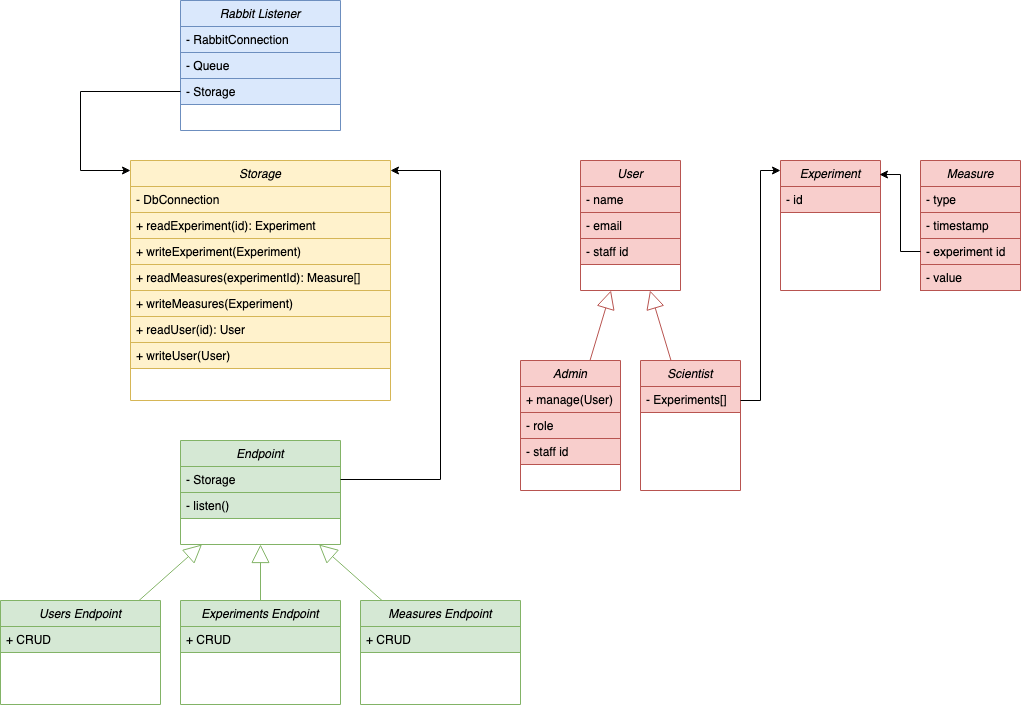
Earlier version of the draw.io export documents/diagrams/components-class.png (alros-essex/ssdcs-assignment). Source tidied: cells renumbered, new cells last; positions are measured from the earlier drawing's top-left corner, leaving out a move shared by most shapes. Its diagram source:
```xml
<mxGraphModel>
  <root>
    <mxCell id="0" />
    <mxCell id="1" parent="0" />
    <mxCell id="2" value="Rabbit Listener" style="swimlane;fontStyle=2;align=center;verticalAlign=top;horizontal=1;startSize=26;rounded=0;shadow=0;strokeWidth=1;fillColor=#dae8fc;strokeColor=#6c8ebf;" parent="1" vertex="1">
      <mxGeometry x="180" width="160" height="130" as="geometry" />
    </mxCell>
    <mxCell id="3" value="- RabbitConnection" style="text;align=left;verticalAlign=top;spacingLeft=4;spacingRight=4;overflow=hidden;fillColor=#dae8fc;strokeColor=#6c8ebf;" parent="2" vertex="1">
      <mxGeometry y="26" width="160" height="26" as="geometry" />
    </mxCell>
    <mxCell id="4" value="- Queue" style="text;align=left;verticalAlign=top;spacingLeft=4;spacingRight=4;overflow=hidden;rounded=0;shadow=0;html=0;fillColor=#dae8fc;strokeColor=#6c8ebf;" parent="2" vertex="1">
      <mxGeometry y="52" width="160" height="26" as="geometry" />
    </mxCell>
    <mxCell id="5" value="- Storage" style="text;align=left;verticalAlign=top;spacingLeft=4;spacingRight=4;overflow=hidden;points=[[0,0.5],[1,0.5]];portConstraint=eastwest;rounded=0;shadow=0;html=0;fillColor=#dae8fc;strokeColor=#6c8ebf;" parent="2" vertex="1">
      <mxGeometry y="78" width="160" height="26" as="geometry" />
    </mxCell>
    <mxCell id="6" value="Storage" style="swimlane;fontStyle=2;align=center;verticalAlign=top;horizontal=1;startSize=26;rounded=0;shadow=0;strokeWidth=1;fillColor=#fff2cc;strokeColor=#d6b656;" parent="1" vertex="1">
      <mxGeometry x="130" y="160" width="260" height="240" as="geometry" />
    </mxCell>
    <mxCell id="7" value="- DbConnection" style="text;align=left;verticalAlign=top;spacingLeft=4;spacingRight=4;overflow=hidden;fillColor=#fff2cc;strokeColor=#d6b656;" parent="6" vertex="1">
      <mxGeometry y="26" width="260" height="26" as="geometry" />
    </mxCell>
    <mxCell id="8" value="+ readExperiment(id): Experiment" style="text;align=left;verticalAlign=top;spacingLeft=4;spacingRight=4;overflow=hidden;fillColor=#fff2cc;strokeColor=#d6b656;" parent="6" vertex="1">
      <mxGeometry y="52" width="260" height="26" as="geometry" />
    </mxCell>
    <mxCell id="9" value="+ writeExperiment(Experiment)" style="text;align=left;verticalAlign=top;spacingLeft=4;spacingRight=4;overflow=hidden;fillColor=#fff2cc;strokeColor=#d6b656;" parent="6" vertex="1">
      <mxGeometry y="78" width="260" height="26" as="geometry" />
    </mxCell>
    <mxCell id="10" value="+ readMeasures(experimentId): Measure[]" style="text;align=left;verticalAlign=top;spacingLeft=4;spacingRight=4;overflow=hidden;fillColor=#fff2cc;strokeColor=#d6b656;" parent="6" vertex="1">
      <mxGeometry y="104" width="260" height="26" as="geometry" />
    </mxCell>
    <mxCell id="11" value="+ writeMeasures(Experiment)" style="text;align=left;verticalAlign=top;spacingLeft=4;spacingRight=4;overflow=hidden;fillColor=#fff2cc;strokeColor=#d6b656;" parent="6" vertex="1">
      <mxGeometry y="130" width="260" height="26" as="geometry" />
    </mxCell>
    <mxCell id="12" value="+ readUser(id): User" style="text;align=left;verticalAlign=top;spacingLeft=4;spacingRight=4;overflow=hidden;fillColor=#fff2cc;strokeColor=#d6b656;" parent="6" vertex="1">
      <mxGeometry y="156" width="260" height="26" as="geometry" />
    </mxCell>
    <mxCell id="13" value="+ writeUser(User)" style="text;align=left;verticalAlign=top;spacingLeft=4;spacingRight=4;overflow=hidden;fillColor=#fff2cc;strokeColor=#d6b656;" parent="6" vertex="1">
      <mxGeometry y="182" width="260" height="26" as="geometry" />
    </mxCell>
    <mxCell id="14" value="User" style="swimlane;fontStyle=2;align=center;verticalAlign=top;horizontal=1;startSize=26;rounded=0;shadow=0;strokeWidth=1;fillColor=#f8cecc;strokeColor=#b85450;" parent="1" vertex="1">
      <mxGeometry x="580" y="160" width="100" height="130" as="geometry" />
    </mxCell>
    <mxCell id="15" value="- name" style="text;align=left;verticalAlign=top;spacingLeft=4;spacingRight=4;overflow=hidden;fillColor=#f8cecc;strokeColor=#b85450;" parent="14" vertex="1">
      <mxGeometry y="26" width="100" height="26" as="geometry" />
    </mxCell>
    <mxCell id="16" value="- email" style="text;align=left;verticalAlign=top;spacingLeft=4;spacingRight=4;overflow=hidden;fillColor=#f8cecc;strokeColor=#b85450;" parent="14" vertex="1">
      <mxGeometry y="52" width="100" height="26" as="geometry" />
    </mxCell>
    <mxCell id="17" value="- staff id" style="text;align=left;verticalAlign=top;spacingLeft=4;spacingRight=4;overflow=hidden;fillColor=#f8cecc;strokeColor=#b85450;" parent="14" vertex="1">
      <mxGeometry y="78" width="100" height="26" as="geometry" />
    </mxCell>
    <mxCell id="18" style="edgeStyle=orthogonalEdgeStyle;rounded=0;jettySize=auto;html=1;exitX=0;exitY=0.5;exitDx=0;exitDy=0;" parent="1" edge="1" source="5" target="6">
      <mxGeometry relative="1" as="geometry">
        <Array as="points">
          <mxPoint x="80" y="91" />
          <mxPoint x="80" y="170" />
        </Array>
      </mxGeometry>
    </mxCell>
    <mxCell id="19" value="Experiment" style="swimlane;fontStyle=2;align=center;verticalAlign=top;horizontal=1;startSize=26;rounded=0;shadow=0;strokeWidth=1;fillColor=#f8cecc;strokeColor=#b85450;" parent="1" vertex="1">
      <mxGeometry x="780" y="160" width="100" height="130" as="geometry" />
    </mxCell>
    <mxCell id="20" value="- id" style="text;align=left;verticalAlign=top;spacingLeft=4;spacingRight=4;overflow=hidden;fillColor=#f8cecc;strokeColor=#b85450;" parent="19" vertex="1">
      <mxGeometry y="26" width="100" height="26" as="geometry" />
    </mxCell>
    <mxCell id="21" value="Measure" style="swimlane;fontStyle=2;align=center;verticalAlign=top;horizontal=1;startSize=26;rounded=0;shadow=0;strokeWidth=1;fillColor=#f8cecc;strokeColor=#b85450;" parent="1" vertex="1">
      <mxGeometry x="920" y="160" width="100" height="130" as="geometry" />
    </mxCell>
    <mxCell id="22" value="- type" style="text;align=left;verticalAlign=top;spacingLeft=4;spacingRight=4;overflow=hidden;fillColor=#f8cecc;strokeColor=#b85450;" parent="21" vertex="1">
      <mxGeometry y="26" width="100" height="26" as="geometry" />
    </mxCell>
    <mxCell id="23" value="- timestamp" style="text;align=left;verticalAlign=top;spacingLeft=4;spacingRight=4;overflow=hidden;fillColor=#f8cecc;strokeColor=#b85450;" parent="21" vertex="1">
      <mxGeometry y="52" width="100" height="26" as="geometry" />
    </mxCell>
    <mxCell id="24" value="- experiment id" style="text;align=left;verticalAlign=top;spacingLeft=4;spacingRight=4;overflow=hidden;points=[[0,0.5],[1,0.5]];portConstraint=eastwest;fillColor=#f8cecc;strokeColor=#b85450;" parent="21" vertex="1">
      <mxGeometry y="78" width="100" height="26" as="geometry" />
    </mxCell>
    <mxCell id="25" value="- value" style="text;align=left;verticalAlign=top;spacingLeft=4;spacingRight=4;overflow=hidden;fillColor=#f8cecc;strokeColor=#b85450;" parent="21" vertex="1">
      <mxGeometry y="104" width="100" height="26" as="geometry" />
    </mxCell>
    <mxCell id="26" style="edgeStyle=orthogonalEdgeStyle;rounded=0;jettySize=auto;html=1;entryX=0.99;entryY=0.108;entryDx=0;entryDy=0;entryPerimeter=0;fillColor=#f8cecc;strokeColor=#000000;" parent="1" edge="1" source="24" target="19">
      <mxGeometry relative="1" as="geometry" />
    </mxCell>
    <mxCell id="27" value="Scientist" style="swimlane;fontStyle=2;align=center;verticalAlign=top;horizontal=1;startSize=26;rounded=0;shadow=0;strokeWidth=1;fillColor=#f8cecc;strokeColor=#b85450;" parent="1" vertex="1">
      <mxGeometry x="640" y="360" width="100" height="130" as="geometry" />
    </mxCell>
    <mxCell id="28" value="- Experiments[]" style="text;align=left;verticalAlign=top;spacingLeft=4;spacingRight=4;overflow=hidden;points=[[0,0.5],[1,0.5]];portConstraint=eastwest;fillColor=#f8cecc;strokeColor=#b85450;" parent="27" vertex="1">
      <mxGeometry y="26" width="100" height="26" as="geometry" />
    </mxCell>
    <mxCell id="29" style="endArrow=block;endSize=16;endFill=0;html=1;rounded=0;strokeColor=#b85450;fillColor=#f8cecc;" parent="1" edge="1" source="27" target="14">
      <mxGeometry relative="1" as="geometry" />
    </mxCell>
    <mxCell id="30" value="Admin" style="swimlane;fontStyle=2;align=center;verticalAlign=top;horizontal=1;startSize=26;rounded=0;shadow=0;strokeWidth=1;fillColor=#f8cecc;strokeColor=#b85450;" parent="1" vertex="1">
      <mxGeometry x="520" y="360" width="100" height="130" as="geometry" />
    </mxCell>
    <mxCell id="31" value="+ manage(User)" style="text;align=left;verticalAlign=top;spacingLeft=4;spacingRight=4;overflow=hidden;fillColor=#f8cecc;strokeColor=#b85450;" parent="30" vertex="1">
      <mxGeometry y="26" width="100" height="26" as="geometry" />
    </mxCell>
    <mxCell id="32" value="- role" style="text;align=left;verticalAlign=top;spacingLeft=4;spacingRight=4;overflow=hidden;fillColor=#f8cecc;strokeColor=#b85450;" parent="30" vertex="1">
      <mxGeometry y="52" width="100" height="26" as="geometry" />
    </mxCell>
    <mxCell id="33" value="- staff id" style="text;align=left;verticalAlign=top;spacingLeft=4;spacingRight=4;overflow=hidden;fillColor=#f8cecc;strokeColor=#b85450;" parent="30" vertex="1">
      <mxGeometry y="78" width="100" height="26" as="geometry" />
    </mxCell>
    <mxCell id="34" style="endArrow=block;endSize=16;endFill=0;html=1;rounded=0;strokeColor=#b85450;fillColor=#f8cecc;" parent="1" edge="1" source="30" target="14">
      <mxGeometry relative="1" as="geometry" />
    </mxCell>
    <mxCell id="35" style="edgeStyle=orthogonalEdgeStyle;rounded=0;jettySize=auto;html=1;strokeColor=#000000;fillColor=#f8cecc;" parent="1" edge="1" source="28" target="19">
      <mxGeometry relative="1" as="geometry">
        <Array as="points">
          <mxPoint x="760" y="400" />
          <mxPoint x="760" y="170" />
        </Array>
      </mxGeometry>
    </mxCell>
    <mxCell id="36" value="Users Endpoint" style="swimlane;fontStyle=2;align=center;verticalAlign=top;horizontal=1;startSize=26;rounded=0;shadow=0;strokeWidth=1;fillColor=#d5e8d4;strokeColor=#82b366;" parent="1" vertex="1">
      <mxGeometry y="600" width="160" height="104" as="geometry" />
    </mxCell>
    <mxCell id="37" value="+ CRUD" style="text;align=left;verticalAlign=top;spacingLeft=4;spacingRight=4;overflow=hidden;fillColor=#d5e8d4;strokeColor=#82b366;" parent="36" vertex="1">
      <mxGeometry y="26" width="160" height="26" as="geometry" />
    </mxCell>
    <mxCell id="38" value="Experiments Endpoint" style="swimlane;fontStyle=2;align=center;verticalAlign=top;horizontal=1;startSize=26;rounded=0;shadow=0;strokeWidth=1;fillColor=#d5e8d4;strokeColor=#82b366;" parent="1" vertex="1">
      <mxGeometry x="180" y="600" width="160" height="104" as="geometry" />
    </mxCell>
    <mxCell id="39" value="+ CRUD" style="text;align=left;verticalAlign=top;spacingLeft=4;spacingRight=4;overflow=hidden;fillColor=#d5e8d4;strokeColor=#82b366;" parent="38" vertex="1">
      <mxGeometry y="26" width="160" height="26" as="geometry" />
    </mxCell>
    <mxCell id="40" value="Measures Endpoint" style="swimlane;fontStyle=2;align=center;verticalAlign=top;horizontal=1;startSize=26;rounded=0;shadow=0;strokeWidth=1;fillColor=#d5e8d4;strokeColor=#82b366;" parent="1" vertex="1">
      <mxGeometry x="360" y="600" width="160" height="104" as="geometry" />
    </mxCell>
    <mxCell id="41" value="+ CRUD" style="text;align=left;verticalAlign=top;spacingLeft=4;spacingRight=4;overflow=hidden;fillColor=#d5e8d4;strokeColor=#82b366;" parent="40" vertex="1">
      <mxGeometry y="26" width="160" height="26" as="geometry" />
    </mxCell>
    <mxCell id="42" value="Endpoint" style="swimlane;fontStyle=2;align=center;verticalAlign=top;horizontal=1;startSize=26;rounded=0;shadow=0;strokeWidth=1;fillColor=#d5e8d4;strokeColor=#82b366;" parent="1" vertex="1">
      <mxGeometry x="180" y="440" width="160" height="104" as="geometry" />
    </mxCell>
    <mxCell id="43" value="- Storage" style="text;align=left;verticalAlign=top;spacingLeft=4;spacingRight=4;overflow=hidden;points=[[0,0.5],[1,0.5]];portConstraint=eastwest;fillColor=#d5e8d4;strokeColor=#82b366;" parent="42" vertex="1">
      <mxGeometry y="26" width="160" height="26" as="geometry" />
    </mxCell>
    <mxCell id="44" value="- listen()" style="text;align=left;verticalAlign=top;spacingLeft=4;spacingRight=4;overflow=hidden;fillColor=#d5e8d4;strokeColor=#82b366;" parent="42" vertex="1">
      <mxGeometry y="52" width="160" height="26" as="geometry" />
    </mxCell>
    <mxCell id="45" style="endArrow=block;endSize=16;endFill=0;html=1;rounded=0;strokeColor=#82b366;fillColor=#d5e8d4;" parent="1" edge="1" source="36" target="42">
      <mxGeometry relative="1" as="geometry" />
    </mxCell>
    <mxCell id="46" style="endArrow=block;endSize=16;endFill=0;html=1;rounded=0;strokeColor=#82b366;fillColor=#d5e8d4;" parent="1" edge="1" source="38" target="42">
      <mxGeometry relative="1" as="geometry" />
    </mxCell>
    <mxCell id="47" style="endArrow=block;endSize=16;endFill=0;html=1;rounded=0;strokeColor=#82b366;fillColor=#d5e8d4;" parent="1" edge="1" source="40" target="42">
      <mxGeometry relative="1" as="geometry" />
    </mxCell>
    <mxCell id="48" style="edgeStyle=orthogonalEdgeStyle;rounded=0;jettySize=auto;html=1;strokeColor=default;" parent="1" edge="1" source="43" target="6">
      <mxGeometry relative="1" as="geometry">
        <Array as="points">
          <mxPoint x="440" y="479" />
          <mxPoint x="440" y="170" />
        </Array>
      </mxGeometry>
    </mxCell>
  </root>
</mxGraphModel>
```
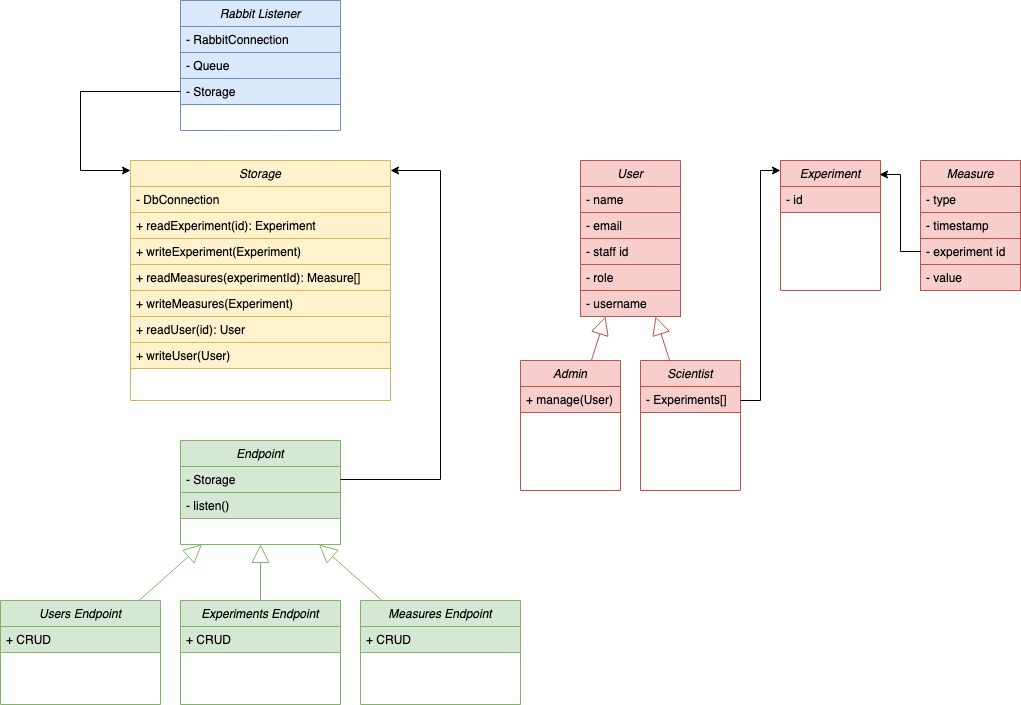
Above is the later version.

Diff of the diagram source:
```diff
@@ -39,7 +39,7 @@
       <mxGeometry y="182" width="260" height="26" as="geometry" />
     </mxCell>
     <mxCell id="14" value="User" style="swimlane;fontStyle=2;align=center;verticalAlign=top;horizontal=1;startSize=26;rounded=0;shadow=0;strokeWidth=1;fillColor=#f8cecc;strokeColor=#b85450;" parent="1" vertex="1">
-      <mxGeometry x="580" y="160" width="100" height="130" as="geometry" />
+      <mxGeometry x="580" y="160" width="100" height="156" as="geometry" />
     </mxCell>
     <mxCell id="15" value="- name" style="text;align=left;verticalAlign=top;spacingLeft=4;spacingRight=4;overflow=hidden;fillColor=#f8cecc;strokeColor=#b85450;" parent="14" vertex="1">
       <mxGeometry y="26" width="100" height="26" as="geometry" />
@@ -50,6 +50,12 @@
     <mxCell id="17" value="- staff id" style="text;align=left;verticalAlign=top;spacingLeft=4;spacingRight=4;overflow=hidden;fillColor=#f8cecc;strokeColor=#b85450;" parent="14" vertex="1">
       <mxGeometry y="78" width="100" height="26" as="geometry" />
     </mxCell>
+    <mxCell id="32" value="- role" style="text;align=left;verticalAlign=top;spacingLeft=4;spacingRight=4;overflow=hidden;fillColor=#f8cecc;strokeColor=#b85450;" parent="14" vertex="1">
+      <mxGeometry y="104" width="100" height="26" as="geometry" />
+    </mxCell>
+    <mxCell id="49" value="- username" style="text;align=left;verticalAlign=top;spacingLeft=4;spacingRight=4;overflow=hidden;fillColor=#f8cecc;strokeColor=#b85450;" parent="14" vertex="1">
+      <mxGeometry y="130" width="100" height="26" as="geometry" />
+    </mxCell>
     <mxCell id="18" style="edgeStyle=orthogonalEdgeStyle;rounded=0;jettySize=auto;html=1;exitX=0;exitY=0.5;exitDx=0;exitDy=0;" parent="1" edge="1" source="5" target="6">
       <mxGeometry relative="1" as="geometry">
         <Array as="points">
@@ -97,12 +103,6 @@
     <mxCell id="31" value="+ manage(User)" style="text;align=left;verticalAlign=top;spacingLeft=4;spacingRight=4;overflow=hidden;fillColor=#f8cecc;strokeColor=#b85450;" parent="30" vertex="1">
       <mxGeometry y="26" width="100" height="26" as="geometry" />
     </mxCell>
-    <mxCell id="32" value="- role" style="text;align=left;verticalAlign=top;spacingLeft=4;spacingRight=4;overflow=hidden;fillColor=#f8cecc;strokeColor=#b85450;" parent="30" vertex="1">
-      <mxGeometry y="52" width="100" height="26" as="geometry" />
-    </mxCell>
-    <mxCell id="33" value="- staff id" style="text;align=left;verticalAlign=top;spacingLeft=4;spacingRight=4;overflow=hidden;fillColor=#f8cecc;strokeColor=#b85450;" parent="30" vertex="1">
-      <mxGeometry y="78" width="100" height="26" as="geometry" />
-    </mxCell>
     <mxCell id="34" style="endArrow=block;endSize=16;endFill=0;html=1;rounded=0;strokeColor=#b85450;fillColor=#f8cecc;" parent="1" edge="1" source="30" target="14">
       <mxGeometry relative="1" as="geometry" />
     </mxCell>
```
